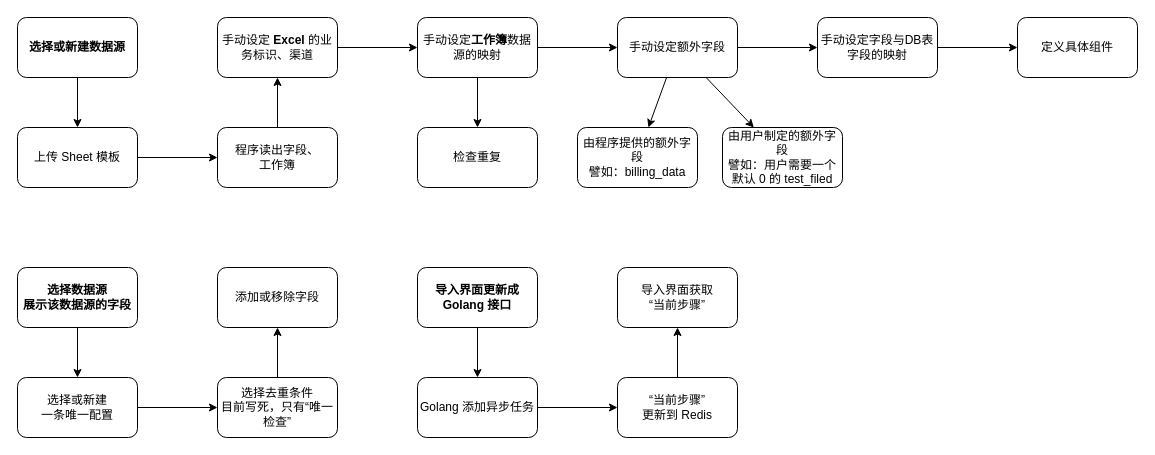
Before: page "ETL 页面流程" (5 of 5) of 结构分析.drawio in uiosun/diagrams, a draw.io diagram. Source tidied: cells renumbered, new cells numbered last; positions are measured from the earlier drawing's top-left corner, leaving out a move shared by most shapes. Both pictures are drawn from the tidied source at 100%, with x=0, y=0 at pixel (17, 17).
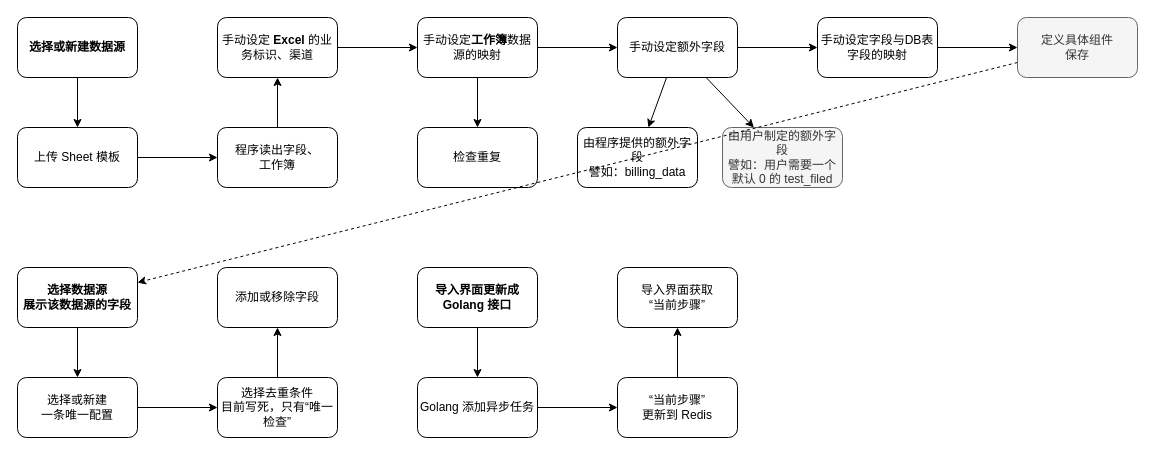
The same page after the edit.

The change refers to these unchanged cells:
```xml
<mxCell id="22" value="选择数据源&lt;br&gt;展示该数据源的字段" style="rounded=1;whiteSpace=wrap;html=1;fontStyle=1;" parent="1" vertex="1">
  <mxGeometry y="250" width="120" height="60" as="geometry" />
</mxCell>
```

What changed in the source:
```diff
@@
-    <mxCell id="19" value="&lt;span style=&quot;font-weight: normal;&quot;&gt;由用户制定的&lt;/span&gt;&lt;span style=&quot;font-weight: 400;&quot;&gt;额外字段&lt;/span&gt;&lt;br&gt;&lt;span style=&quot;font-weight: normal;&quot;&gt;譬如：用户需要一个默认 0 的 test_filed&lt;/span&gt;" style="rounded=1;whiteSpace=wrap;html=1;fontStyle=1;" parent="1" vertex="1">
+    <mxCell id="19" value="&lt;span style=&quot;font-weight: normal;&quot;&gt;由用户制定的&lt;/span&gt;&lt;span style=&quot;font-weight: 400;&quot;&gt;额外字段&lt;/span&gt;&lt;br&gt;&lt;span style=&quot;font-weight: normal;&quot;&gt;譬如：用户需要一个默认 0 的 test_filed&lt;/span&gt;" style="rounded=1;whiteSpace=wrap;html=1;fontStyle=1;fillColor=#f5f5f5;fontColor=#333333;strokeColor=#666666;" parent="1" vertex="1">
       <mxGeometry x="705" y="110" width="120" height="60" as="geometry" />
     </mxCell>
+    <mxCell id="37" style="rounded=0;jettySize=auto;html=1;dashed=1;" parent="1" edge="1" source="20" target="22">
+      <mxGeometry relative="1" as="geometry" />
+    </mxCell>
-    <mxCell id="20" value="&lt;span style=&quot;font-weight: normal;&quot;&gt;定义具体组件&lt;/span&gt;" style="rounded=1;whiteSpace=wrap;html=1;fontStyle=1;" parent="1" vertex="1">
+    <mxCell id="20" value="&lt;span style=&quot;font-weight: normal;&quot;&gt;定义具体组件&lt;br&gt;保存&lt;br&gt;&lt;/span&gt;" style="rounded=1;whiteSpace=wrap;html=1;fontStyle=1;fillColor=#f5f5f5;fontColor=#333333;strokeColor=#666666;" parent="1" vertex="1">
       <mxGeometry x="1000" width="120" height="60" as="geometry" />
     </mxCell>
```
